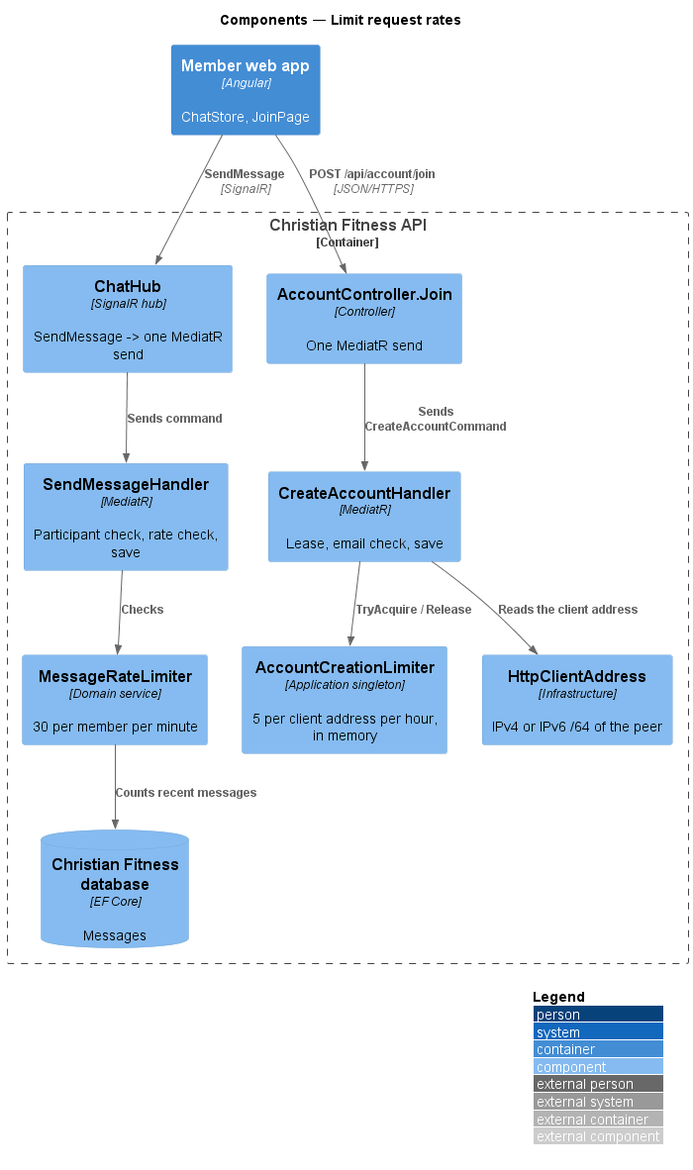
Before: docs/detailed-designs/security/limit-request-rates/diagrams/c4-component.png, a diagram exported from PlantUML (QuinntyneBrown/christian-fitness). Source of this version:
```plantuml
@startuml
!include <C4/C4_Component>
LAYOUT_WITH_LEGEND()
title Components — Limit request rates

Container(web, "Member web app", "Angular", "ChatStore, JoinPage")
Container_Boundary(api, "Christian Fitness API") {
  Component(hub, "ChatHub", "SignalR hub", "SendMessage -> one MediatR send")
  Component(h, "SendMessageHandler", "MediatR", "Participant check, rate check, save")
  Component(rl, "MessageRateLimiter", "Domain service", "30 per member per minute")
  Component(ctrl, "AccountController.Join", "Controller", "One MediatR send")
  Component(ch, "CreateAccountHandler", "MediatR", "Lease, email check, save")
  Component(al, "AccountCreationLimiter", "Application singleton", "5 per client address per hour, in memory")
  Component(ca, "HttpClientAddress", "Infrastructure", "IPv4 or IPv6 /64 of the peer")
  ComponentDb(db, "Christian Fitness database", "EF Core", "Messages")
}
Rel(web, hub, "SendMessage", "SignalR")
Rel(hub, h, "Sends command")
Rel(h, rl, "Checks")
Rel(rl, db, "Counts recent messages")
Rel(web, ctrl, "POST /api/account/join", "JSON/HTTPS")
Rel(ctrl, ch, "Sends CreateAccountCommand")
Rel(ch, ca, "Reads the client address")
Rel(ch, al, "TryAcquire / Release")
@enduml
```
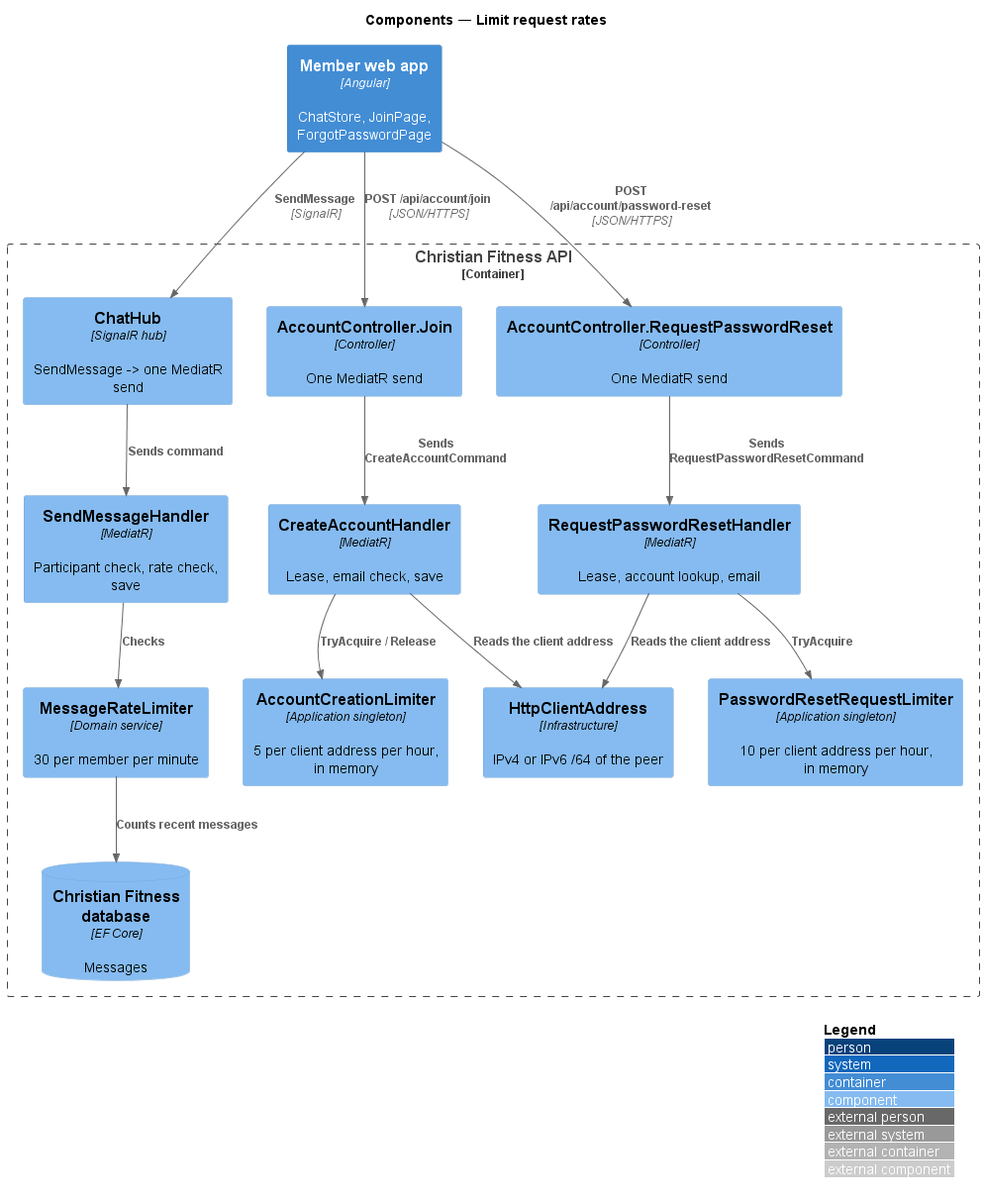
After the change.

Diff of the diagram source:
```diff
@@ -3,7 +3,7 @@
 LAYOUT_WITH_LEGEND()
 title Components — Limit request rates
 
-Container(web, "Member web app", "Angular", "ChatStore, JoinPage")
+Container(web, "Member web app", "Angular", "ChatStore, JoinPage, ForgotPasswordPage")
 Container_Boundary(api, "Christian Fitness API") {
   Component(hub, "ChatHub", "SignalR hub", "SendMessage -> one MediatR send")
   Component(h, "SendMessageHandler", "MediatR", "Participant check, rate check, save")
@@ -11,6 +11,9 @@
   Component(ctrl, "AccountController.Join", "Controller", "One MediatR send")
   Component(ch, "CreateAccountHandler", "MediatR", "Lease, email check, save")
   Component(al, "AccountCreationLimiter", "Application singleton", "5 per client address per hour, in memory")
+  Component(rctrl, "AccountController.RequestPasswordReset", "Controller", "One MediatR send")
+  Component(rh, "RequestPasswordResetHandler", "MediatR", "Lease, account lookup, email")
+  Component(rl2, "PasswordResetRequestLimiter", "Application singleton", "10 per client address per hour, in memory")
   Component(ca, "HttpClientAddress", "Infrastructure", "IPv4 or IPv6 /64 of the peer")
   ComponentDb(db, "Christian Fitness database", "EF Core", "Messages")
 }
@@ -22,4 +25,8 @@
 Rel(ctrl, ch, "Sends CreateAccountCommand")
 Rel(ch, ca, "Reads the client address")
 Rel(ch, al, "TryAcquire / Release")
+Rel(web, rctrl, "POST /api/account/password-reset", "JSON/HTTPS")
+Rel(rctrl, rh, "Sends RequestPasswordResetCommand")
+Rel(rh, ca, "Reads the client address")
+Rel(rh, rl2, "TryAcquire")
 @enduml
```
